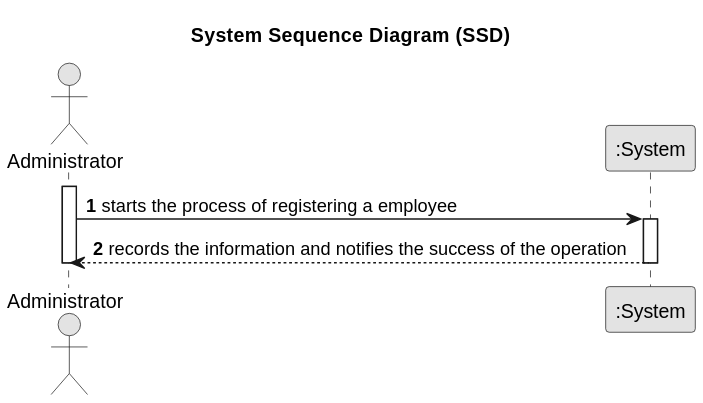
Before: sns-base/doc/global/user-story/puml/svg/US014-SSD.svg, a diagram exported from PlantUML (rafaafig/SnsTrab). Its diagram source:
```plantuml
@startuml
skinparam monochrome true
skinparam packageStyle rectangle
skinparam shadowing false

title System Sequence Diagram (SSD)

autonumber

actor Administrator
participant ":System" as System

activate Administrator
    Administrator -> System : starts the process of registering a employee

activate System
    System --> Administrator : records the information and notifies the success of the operation
deactivate System
deactivate Administrator
@enduml
```
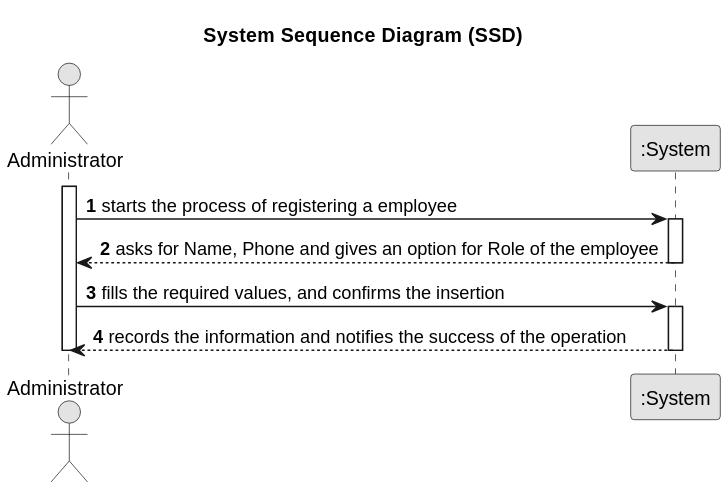
The same diagram one commit later.

The edit, as a diff of the source:
```diff
@@ -14,6 +14,12 @@
     Administrator -> System : starts the process of registering a employee
 
 activate System
+    System --> Administrator : asks for Name, Phone and gives an option for Role of the employee
+deactivate System
+
+    Administrator -> System : fills the required values, and confirms the insertion
+
+activate System
     System --> Administrator : records the information and notifies the success of the operation
 deactivate System
 deactivate Administrator
```
